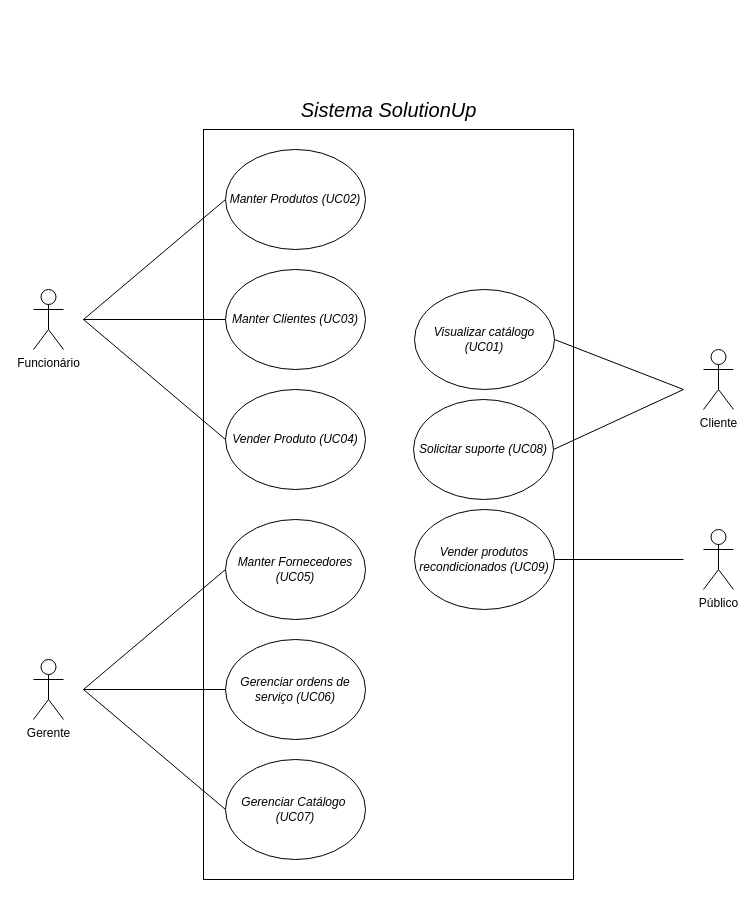
emersonsoaresdasilva/projeto-ope keeps this draw.io diagram as 29-Mapeamento de Atores e Diagrama de Casos de Uso do Subsistema/SolutionUp_Diagrama de UCs.drawio. Above is the earlier version. Source tidied: cells renumbered, new cells numbered last; positions are measured from the earlier drawing's top-left corner, leaving out a move shared by most shapes. Both pictures are drawn from the tidied source at 100%, with x=0, y=0 at pixel (33, 99).
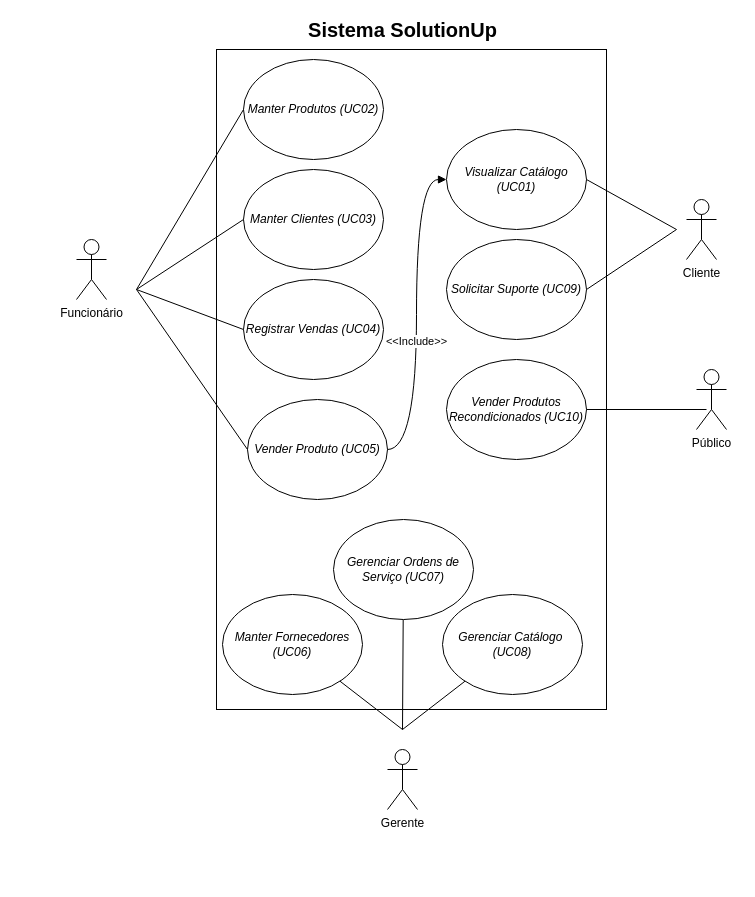
Above is the later version.

Diff of the diagram source:
```diff
@@
+    <mxCell id="7" value="&lt;font style=&quot;font-size: 20px&quot;&gt;&lt;span&gt;&lt;span&gt;Sistema SolutionUp&lt;/span&gt;&lt;/span&gt;&lt;/font&gt;" style="text;html=1;align=center;verticalAlign=middle;fontStyle=1;labelBackgroundColor=none;labelBorderColor=none;" parent="1" vertex="1">
+      <mxGeometry x="269" y="-80" width="200" height="20" as="geometry" />
+    </mxCell>
-    <mxCell id="2" style="rounded=0;whiteSpace=wrap;html=1;" parent="1" vertex="1">
-      <mxGeometry x="170" y="30" width="370" height="750" as="geometry" />
+    <mxCell id="2" style="rounded=0;whiteSpace=wrap;html=1;labelBackgroundColor=none;" parent="1" vertex="1">
+      <mxGeometry x="183" y="-50" width="390" height="660" as="geometry" />
     </mxCell>
-    <mxCell id="3" value="Funcionário" style="shape=umlActor;verticalLabelPosition=bottom;verticalAlign=top;html=1;" parent="1" vertex="1">
-      <mxGeometry y="190" width="30" height="60" as="geometry" />
+    <mxCell id="3" value="Funcionário" style="shape=umlActor;verticalLabelPosition=bottom;verticalAlign=top;html=1;labelBackgroundColor=none;" parent="1" vertex="1">
+      <mxGeometry x="43" y="140" width="30" height="60" as="geometry" />
     </mxCell>
-    <mxCell id="4" value="Cliente" style="shape=umlActor;verticalLabelPosition=bottom;verticalAlign=top;html=1;" parent="1" vertex="1">
-      <mxGeometry x="670" y="250" width="30" height="60" as="geometry" />
+    <mxCell id="4" value="Cliente" style="shape=umlActor;verticalLabelPosition=bottom;verticalAlign=top;html=1;labelBackgroundColor=none;" parent="1" vertex="1">
+      <mxGeometry x="653" y="100" width="30" height="60" as="geometry" />
     </mxCell>
-    <mxCell id="5" value="Visualizar catálogo (UC01)" style="ellipse;whiteSpace=wrap;html=1;fontStyle=2;" parent="1" vertex="1">
-      <mxGeometry x="381" y="190" width="140" height="100" as="geometry" />
+    <mxCell id="5" value="Visualizar Catálogo (UC01)" style="ellipse;whiteSpace=wrap;html=1;fontStyle=2;labelBackgroundColor=none;" parent="1" vertex="1">
+      <mxGeometry x="413" y="30" width="140" height="100" as="geometry" />
     </mxCell>
-    <mxCell id="6" value="Solicitar suporte (UC08)" style="ellipse;whiteSpace=wrap;html=1;fontStyle=2;" parent="1" vertex="1">
-      <mxGeometry x="380" y="300" width="140" height="100" as="geometry" />
+    <mxCell id="6" value="Solicitar Suporte (UC09)" style="ellipse;whiteSpace=wrap;html=1;fontStyle=2;labelBackgroundColor=none;" parent="1" vertex="1">
+      <mxGeometry x="413" y="140" width="140" height="100" as="geometry" />
     </mxCell>
-    <mxCell id="7" value="&lt;font style=&quot;font-size: 20px&quot;&gt;&lt;span&gt;&lt;span&gt;Sistema SolutionUp&lt;/span&gt;&lt;/span&gt;&lt;/font&gt;" style="text;html=1;align=center;verticalAlign=middle;fontStyle=2;" parent="1" vertex="1">
-      <mxGeometry x="260" width="190" height="20" as="geometry" />
-    </mxCell>
-    <mxCell id="8" value="Manter Clientes (UC03)" style="ellipse;whiteSpace=wrap;html=1;fontStyle=2;" parent="1" vertex="1">
-      <mxGeometry x="192" y="170" width="140" height="100" as="geometry" />
+    <mxCell id="8" value="Manter Clientes (UC03)" style="ellipse;whiteSpace=wrap;html=1;fontStyle=2;labelBackgroundColor=none;" parent="1" vertex="1">
+      <mxGeometry x="210" y="70" width="140" height="100" as="geometry" />
     </mxCell>
-    <mxCell id="9" value="Manter Produtos (UC02)" style="ellipse;whiteSpace=wrap;html=1;fontStyle=2;" parent="1" vertex="1">
-      <mxGeometry x="192" y="50" width="140" height="100" as="geometry" />
+    <mxCell id="9" value="Manter Produtos (UC02)" style="ellipse;whiteSpace=wrap;html=1;fontStyle=2;labelBackgroundColor=none;" parent="1" vertex="1">
+      <mxGeometry x="210" y="-40" width="140" height="100" as="geometry" />
     </mxCell>
-    <mxCell id="10" value="Gerenciar ordens de serviço (UC06)" style="ellipse;whiteSpace=wrap;html=1;fontStyle=2;" parent="1" vertex="1">
-      <mxGeometry x="192" y="540" width="140" height="100" as="geometry" />
-    </mxCell>
-    <mxCell id="11" value="Gerenciar Catálogo&amp;nbsp; (UC07)" style="ellipse;whiteSpace=wrap;html=1;fontStyle=2;" parent="1" vertex="1">
-      <mxGeometry x="192" y="660" width="140" height="100" as="geometry" />
-    </mxCell>
-    <mxCell id="12" value="Vender produtos recondicionados (UC09)" style="ellipse;whiteSpace=wrap;html=1;fontStyle=2;" parent="1" vertex="1">
-      <mxGeometry x="381" y="410" width="140" height="100" as="geometry" />
+    <mxCell id="12" value="Vender Produtos Recondicionados (UC10)" style="ellipse;whiteSpace=wrap;html=1;fontStyle=2;labelBackgroundColor=none;" parent="1" vertex="1">
+      <mxGeometry x="413" y="260" width="140" height="100" as="geometry" />
     </mxCell>
-    <mxCell id="13" value="Vender Produto (UC04)" style="ellipse;whiteSpace=wrap;html=1;fontStyle=2;" parent="1" vertex="1">
-      <mxGeometry x="192" y="290" width="140" height="100" as="geometry" />
+    <mxCell id="13" value="Vender Produto (UC05)" style="ellipse;whiteSpace=wrap;html=1;fontStyle=2;labelBackgroundColor=none;" parent="1" vertex="1">
+      <mxGeometry x="214" y="300" width="140" height="100" as="geometry" />
     </mxCell>
-    <mxCell id="14" style="endArrow=none;html=1;exitX=0;exitY=0.5;exitDx=0;exitDy=0;" parent="1" edge="1" source="11">
+    <mxCell id="14" style="endArrow=none;html=1;labelBackgroundColor=none;" parent="1" edge="1" source="11">
       <mxGeometry relative="1" as="geometry">
-        <mxPoint x="50" y="590" as="targetPoint" />
+        <mxPoint x="369" y="630" as="targetPoint" />
       </mxGeometry>
     </mxCell>
-    <mxCell id="15" style="endArrow=none;html=1;exitX=0;exitY=0.5;exitDx=0;exitDy=0;" parent="1" edge="1" source="10">
+    <mxCell id="15" style="endArrow=none;html=1;labelBackgroundColor=none;" parent="1" edge="1" source="10">
       <mxGeometry relative="1" as="geometry">
-        <mxPoint x="50" y="590" as="targetPoint" />
+        <mxPoint x="369" y="630" as="targetPoint" />
       </mxGeometry>
     </mxCell>
-    <mxCell id="16" style="endArrow=none;html=1;exitX=0;exitY=0.5;exitDx=0;exitDy=0;" parent="1" edge="1" source="13">
+    <mxCell id="16" style="endArrow=none;html=1;exitX=0;exitY=0.5;exitDx=0;exitDy=0;labelBackgroundColor=none;" parent="1" edge="1" source="13">
       <mxGeometry relative="1" as="geometry">
-        <mxPoint x="50" y="220" as="targetPoint" />
+        <mxPoint x="103" y="190" as="targetPoint" />
       </mxGeometry>
     </mxCell>
-    <mxCell id="17" style="endArrow=none;html=1;exitX=1;exitY=0.5;exitDx=0;exitDy=0;" parent="1" edge="1" source="5">
+    <mxCell id="17" style="endArrow=none;html=1;exitX=1;exitY=0.5;exitDx=0;exitDy=0;labelBackgroundColor=none;" parent="1" edge="1" source="5">
       <mxGeometry relative="1" as="geometry">
-        <mxPoint x="650" y="290" as="targetPoint" />
+        <mxPoint x="643" y="130" as="targetPoint" />
       </mxGeometry>
     </mxCell>
-    <mxCell id="18" style="endArrow=none;html=1;" parent="1" edge="1">
+    <mxCell id="18" style="endArrow=none;html=1;entryX=1;entryY=0.5;entryDx=0;entryDy=0;labelBackgroundColor=none;" parent="1" edge="1" target="6">
       <mxGeometry relative="1" as="geometry">
-        <mxPoint x="650" y="290" as="sourcePoint" />
-        <mxPoint x="520" y="350" as="targetPoint" />
+        <mxPoint x="643" y="130" as="sourcePoint" />
       </mxGeometry>
     </mxCell>
-    <mxCell id="19" style="endArrow=none;html=1;exitX=0;exitY=0.5;exitDx=0;exitDy=0;" parent="1" edge="1" source="8">
+    <mxCell id="19" style="endArrow=none;html=1;exitX=0;exitY=0.5;exitDx=0;exitDy=0;labelBackgroundColor=none;" parent="1" edge="1" source="8">
       <mxGeometry relative="1" as="geometry">
-        <mxPoint x="50" y="220" as="targetPoint" />
+        <mxPoint x="103" y="190" as="targetPoint" />
       </mxGeometry>
     </mxCell>
-    <mxCell id="20" style="endArrow=none;html=1;exitX=0;exitY=0.5;exitDx=0;exitDy=0;" parent="1" edge="1" source="9">
+    <mxCell id="20" style="endArrow=none;html=1;exitX=0;exitY=0.5;exitDx=0;exitDy=0;labelBackgroundColor=none;" parent="1" edge="1" source="9">
       <mxGeometry relative="1" as="geometry">
-        <mxPoint x="50" y="220" as="targetPoint" />
+        <mxPoint x="103" y="190" as="targetPoint" />
       </mxGeometry>
     </mxCell>
-    <mxCell id="21" style="endArrow=none;html=1;entryX=1;entryY=0.5;entryDx=0;entryDy=0;" parent="1" edge="1" target="12">
+    <mxCell id="21" style="endArrow=none;html=1;entryX=1;entryY=0.5;entryDx=0;entryDy=0;labelBackgroundColor=none;" parent="1" edge="1" target="12">
       <mxGeometry relative="1" as="geometry">
-        <mxPoint x="650" y="460" as="sourcePoint" />
+        <mxPoint x="673" y="310" as="sourcePoint" />
       </mxGeometry>
     </mxCell>
-    <mxCell id="22" value="Manter Fornecedores (UC05)" style="ellipse;whiteSpace=wrap;html=1;fontStyle=2;" parent="1" vertex="1">
-      <mxGeometry x="192" y="420" width="140" height="100" as="geometry" />
-    </mxCell>
-    <mxCell id="23" style="endArrow=none;html=1;exitX=0;exitY=0.5;exitDx=0;exitDy=0;" parent="1" edge="1" source="22">
+    <mxCell id="23" style="endArrow=none;html=1;labelBackgroundColor=none;" parent="1" edge="1" source="22">
       <mxGeometry relative="1" as="geometry">
-        <mxPoint x="50" y="590" as="targetPoint" />
+        <mxPoint x="369" y="630" as="targetPoint" />
       </mxGeometry>
     </mxCell>
-    <mxCell id="24" value="Gerente" style="shape=umlActor;verticalLabelPosition=bottom;verticalAlign=top;html=1;" parent="1" vertex="1">
-      <mxGeometry y="560" width="30" height="60" as="geometry" />
+    <mxCell id="24" value="Gerente" style="shape=umlActor;verticalLabelPosition=bottom;verticalAlign=top;html=1;labelBackgroundColor=none;" parent="1" vertex="1">
+      <mxGeometry x="354" y="650" width="30" height="60" as="geometry" />
     </mxCell>
-    <mxCell id="25" value="Público" style="shape=umlActor;verticalLabelPosition=bottom;verticalAlign=top;html=1;" parent="1" vertex="1">
-      <mxGeometry x="670" y="430" width="30" height="60" as="geometry" />
+    <mxCell id="25" value="Público" style="shape=umlActor;verticalLabelPosition=bottom;verticalAlign=top;html=1;labelBackgroundColor=none;" parent="1" vertex="1">
+      <mxGeometry x="663" y="270" width="30" height="60" as="geometry" />
     </mxCell>
+    <mxCell id="26" value="Registrar Vendas (UC04)" style="ellipse;whiteSpace=wrap;html=1;fontStyle=2;labelBackgroundColor=none;" parent="1" vertex="1">
+      <mxGeometry x="210" y="180" width="140" height="100" as="geometry" />
+    </mxCell>
+    <mxCell id="27" style="endArrow=none;html=1;exitX=0;exitY=0.5;exitDx=0;exitDy=0;labelBackgroundColor=none;" parent="1" edge="1" source="26">
+      <mxGeometry relative="1" as="geometry">
+        <mxPoint x="103" y="190" as="targetPoint" />
+      </mxGeometry>
+    </mxCell>
+    <mxCell id="10" value="Gerenciar Ordens de Serviço (UC07)" style="ellipse;whiteSpace=wrap;html=1;fontStyle=2;labelBackgroundColor=none;" parent="1" vertex="1">
+      <mxGeometry x="300" y="420" width="140" height="100" as="geometry" />
+    </mxCell>
+    <mxCell id="11" value="Gerenciar Catálogo&amp;nbsp; (UC08)" style="ellipse;whiteSpace=wrap;html=1;fontStyle=2;labelBackgroundColor=none;" parent="1" vertex="1">
+      <mxGeometry x="409" y="495" width="140" height="100" as="geometry" />
+    </mxCell>
+    <mxCell id="22" value="Manter Fornecedores (UC06)" style="ellipse;whiteSpace=wrap;html=1;fontStyle=2;labelBackgroundColor=none;" parent="1" vertex="1">
+      <mxGeometry x="189" y="495" width="140" height="100" as="geometry" />
+    </mxCell>
+    <mxCell id="28" value="&amp;lt;&amp;lt;Include&amp;gt;&amp;gt;" style="html=1;verticalAlign=bottom;endArrow=block;entryX=0;entryY=0.5;entryDx=0;entryDy=0;edgeStyle=orthogonalEdgeStyle;curved=1;exitX=1;exitY=0.5;exitDx=0;exitDy=0;" parent="1" edge="1" source="13" target="5">
+      <mxGeometry x="-0.22" relative="1" as="geometry">
+        <Array as="points">
+          <mxPoint x="383" y="350" />
+          <mxPoint x="383" y="80" />
+        </Array>
+      </mxGeometry>
+    </mxCell>
```
